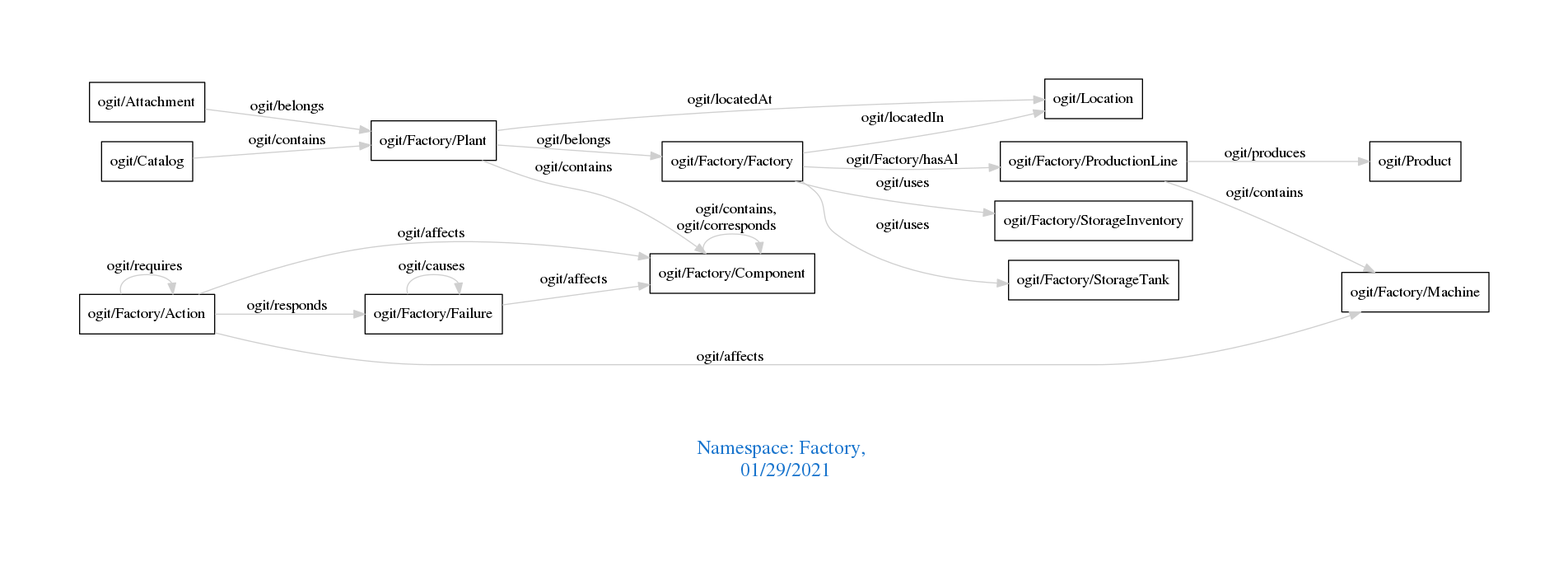
Above: downloads/Factory.png in arago/OGIT (Graphviz), before the change. Its source is kept beside it as downloads/Factory.dot.
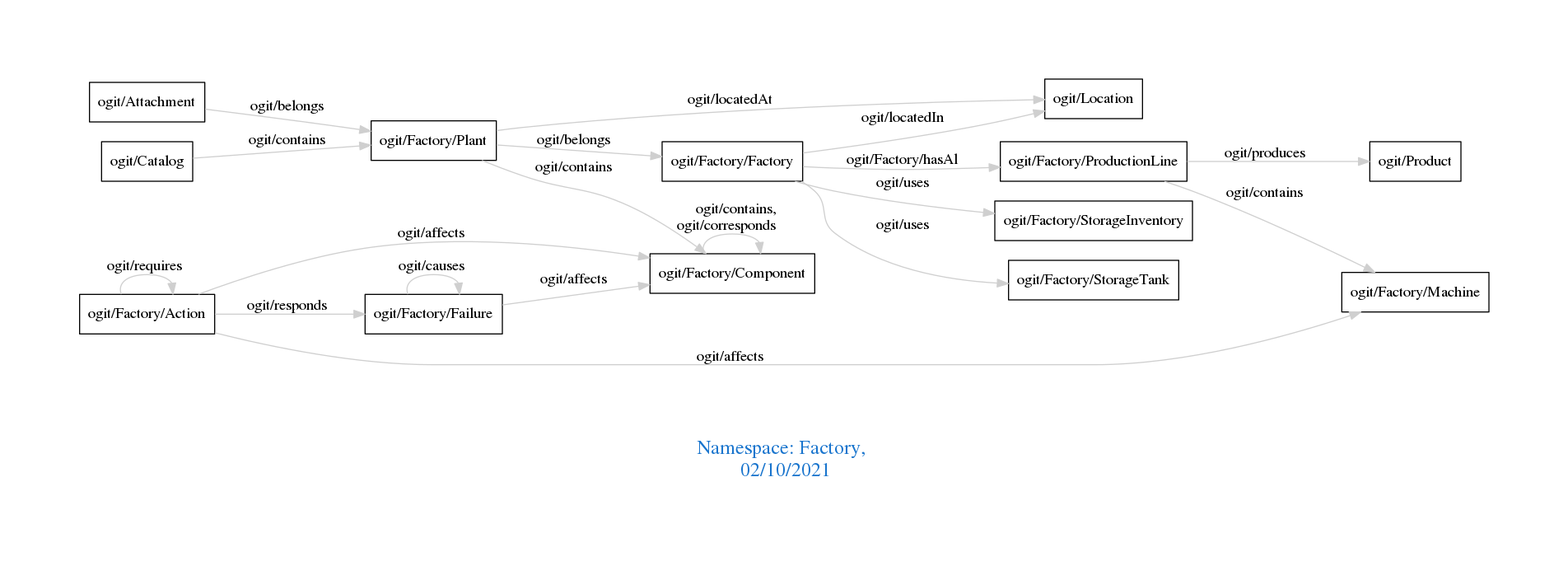
After the change.

The edit, as a diff of the source:
```diff
@@ -1,7 +1,7 @@
 digraph OGIT_ontology {
  graph [ rankdir= LR,pad=1
 fontsize = 18,
-fontcolor= dodgerblue3,label = "\n\n\nNamespace: Factory, \n 01/29/2021"];
+fontcolor= dodgerblue3,label = "\n\n\nNamespace: Factory, \n 02/10/2021"];
 node[shape=polygon];
 edge [  color="gray81"];
 
```
